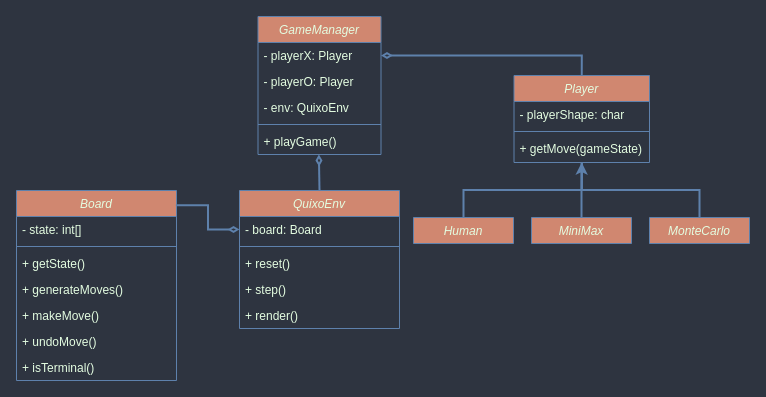
Above: UML.drawio in Verushan/quixo-ai (draw.io), before the change. Source tidied: cells renumbered, new cells numbered last; positions are measured from the earlier drawing's top-left corner, leaving out a move shared by most shapes. Both pictures are drawn from the tidied source at 100%, with x=0, y=0 at pixel (16, 16).
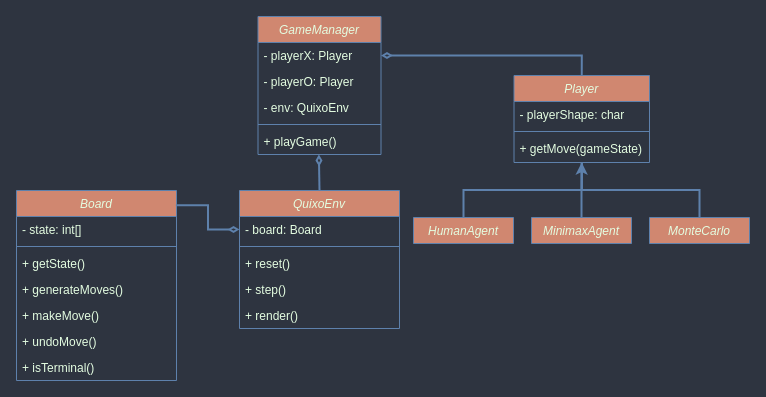
After the change.

What changed in the source:
```diff
@@
-    <mxCell id="16" value="Human" style="swimlane;fontStyle=2;align=center;verticalAlign=top;horizontal=1;startSize=26;rounded=0;shadow=0;strokeWidth=1;labelBackgroundColor=none;fillColor=#D08770;strokeColor=#5E81AC;fontColor=#E4FDE1;" parent="1" vertex="1" collapsed="1">
+    <mxCell id="16" value="HumanAgent" style="swimlane;fontStyle=2;align=center;verticalAlign=top;horizontal=1;startSize=26;rounded=0;shadow=0;strokeWidth=1;labelBackgroundColor=none;fillColor=#D08770;strokeColor=#5E81AC;fontColor=#E4FDE1;" parent="1" vertex="1" collapsed="1">
       <mxGeometry x="397" y="201" width="100" height="26" as="geometry" />
     </mxCell>
@@
-    <mxCell id="18" value="MiniMax" style="swimlane;fontStyle=2;align=center;verticalAlign=top;horizontal=1;startSize=26;rounded=0;shadow=0;strokeWidth=1;labelBackgroundColor=none;fillColor=#D08770;strokeColor=#5E81AC;fontColor=#E4FDE1;" parent="1" vertex="1" collapsed="1">
+    <mxCell id="18" value="MinimaxAgent" style="swimlane;fontStyle=2;align=center;verticalAlign=top;horizontal=1;startSize=26;rounded=0;shadow=0;strokeWidth=1;labelBackgroundColor=none;fillColor=#D08770;strokeColor=#5E81AC;fontColor=#E4FDE1;" parent="1" vertex="1" collapsed="1">
       <mxGeometry x="515" y="201" width="100" height="26" as="geometry" />
     </mxCell>
```
